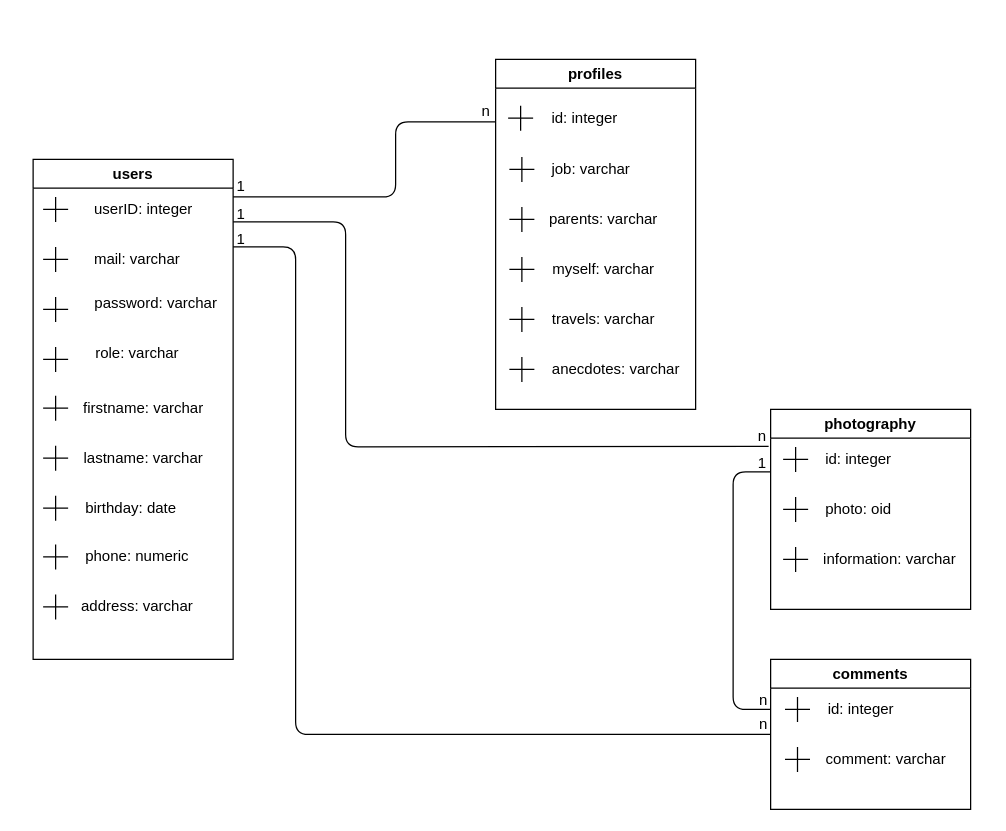
sandrine-proenca/Voyager_dans_le_temps keeps this draw.io diagram as test.drawio/tables.drawio. Above is the earlier version. Source tidied: cells renumbered, new cells numbered last; positions are measured from the earlier drawing's top-left corner, leaving out a move shared by most shapes. Both pictures are drawn from the tidied source at 125%, with x=0, y=0 at pixel (32, 59).
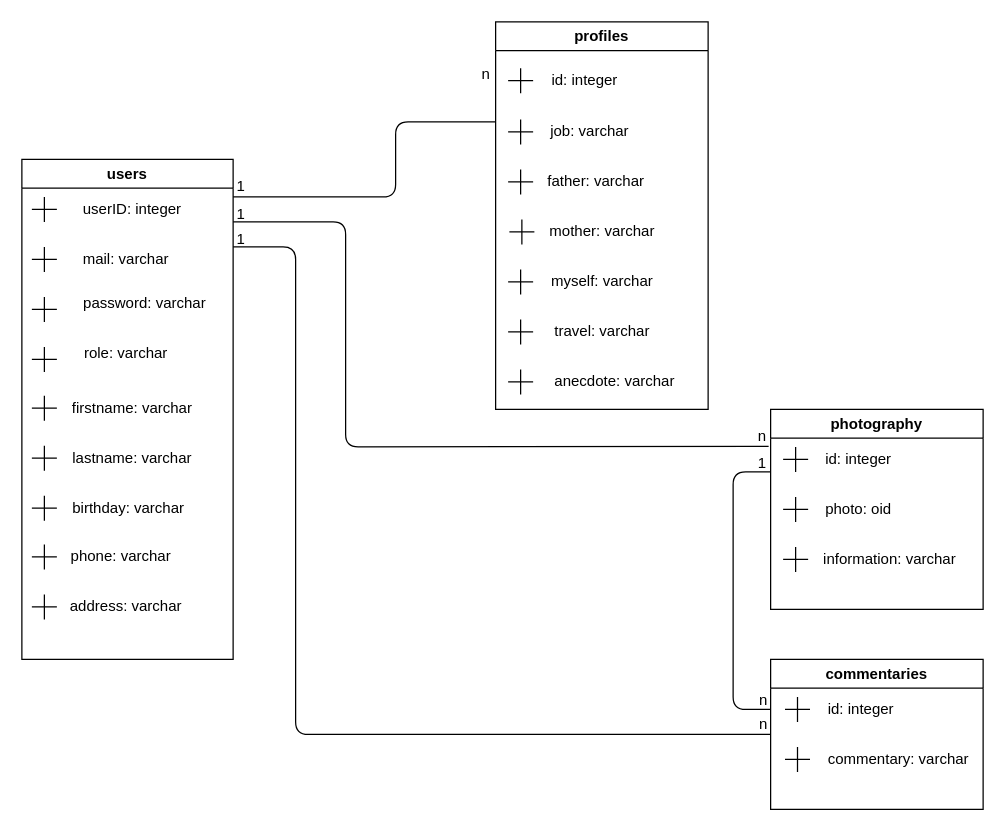
The same page after the edit.

Diff of the diagram source:
```diff
@@
     <mxCell id="2" value="users" style="swimlane;whiteSpace=wrap;html=1;" parent="1" vertex="1">
-      <mxGeometry y="80" width="160" height="400" as="geometry" />
+      <mxGeometry x="-9" y="80" width="169" height="400" as="geometry" />
     </mxCell>
@@
-    <mxCell id="16" value="birthday: date" style="text;html=1;align=center;verticalAlign=middle;strokeColor=none;fillColor=none;" parent="2" vertex="1">
-      <mxGeometry x="28" y="264" width="100" height="30" as="geometry" />
+    <mxCell id="16" value="birthday: varchar" style="text;html=1;align=center;verticalAlign=middle;strokeColor=none;fillColor=none;" parent="2" vertex="1">
+      <mxGeometry x="30" y="264" width="110" height="30" as="geometry" />
     </mxCell>
@@
-    <mxCell id="19" value="phone: numeric" style="text;html=1;align=center;verticalAlign=middle;strokeColor=none;fillColor=none;" parent="2" vertex="1">
-      <mxGeometry x="28" y="303" width="110" height="30" as="geometry" />
+    <mxCell id="19" value="phone: varchar" style="text;html=1;align=center;verticalAlign=middle;strokeColor=none;fillColor=none;" parent="2" vertex="1">
+      <mxGeometry x="29" y="303" width="100" height="30" as="geometry" />
     </mxCell>
@@
     <mxCell id="21" value="profiles" style="swimlane;whiteSpace=wrap;html=1;" parent="1" vertex="1">
-      <mxGeometry x="370" width="160" height="280" as="geometry" />
+      <mxGeometry x="370" y="-30" width="170" height="310" as="geometry" />
     </mxCell>
@@
     <mxCell id="24" style="shape=cross;whiteSpace=wrap;html=1;size=0;" parent="21" vertex="1">
-      <mxGeometry x="11" y="78" width="20" height="20" as="geometry" />
+      <mxGeometry x="10" y="78" width="20" height="20" as="geometry" />
     </mxCell>
     <mxCell id="25" style="shape=cross;whiteSpace=wrap;html=1;size=0;" parent="21" vertex="1">
-      <mxGeometry x="11" y="118" width="20" height="20" as="geometry" />
+      <mxGeometry x="10" y="118" width="20" height="20" as="geometry" />
     </mxCell>
-    <mxCell id="26" value="parents: varchar" style="text;html=1;align=center;verticalAlign=middle;strokeColor=none;fillColor=none;" parent="21" vertex="1">
-      <mxGeometry x="31" y="113" width="110" height="30" as="geometry" />
+    <mxCell id="26" value="father: varchar" style="text;html=1;align=center;verticalAlign=middle;strokeColor=none;fillColor=none;" parent="21" vertex="1">
+      <mxGeometry x="30" y="113" width="100" height="30" as="geometry" />
     </mxCell>
     <mxCell id="27" value="job: varchar" style="text;html=1;align=center;verticalAlign=middle;strokeColor=none;fillColor=none;" parent="21" vertex="1">
-      <mxGeometry x="31" y="73" width="90" height="30" as="geometry" />
+      <mxGeometry x="30" y="73" width="90" height="30" as="geometry" />
     </mxCell>
     <mxCell id="28" value="myself: varchar" style="text;html=1;align=center;verticalAlign=middle;strokeColor=none;fillColor=none;" parent="21" vertex="1">
-      <mxGeometry x="36" y="153" width="100" height="30" as="geometry" />
+      <mxGeometry x="35" y="193" width="100" height="30" as="geometry" />
     </mxCell>
     <mxCell id="29" style="shape=cross;whiteSpace=wrap;html=1;size=0;" parent="21" vertex="1">
-      <mxGeometry x="11" y="158" width="20" height="20" as="geometry" />
+      <mxGeometry x="10" y="198" width="20" height="20" as="geometry" />
     </mxCell>
-    <mxCell id="30" value="travels: varchar" style="text;html=1;align=center;verticalAlign=middle;strokeColor=none;fillColor=none;" parent="21" vertex="1">
-      <mxGeometry x="31" y="193" width="110" height="30" as="geometry" />
+    <mxCell id="30" value="travel: varchar" style="text;html=1;align=center;verticalAlign=middle;strokeColor=none;fillColor=none;" parent="21" vertex="1">
+      <mxGeometry x="35" y="233" width="100" height="30" as="geometry" />
     </mxCell>
     <mxCell id="31" style="shape=cross;whiteSpace=wrap;html=1;size=0;" parent="21" vertex="1">
-      <mxGeometry x="11" y="198" width="20" height="20" as="geometry" />
+      <mxGeometry x="10" y="238" width="20" height="20" as="geometry" />
     </mxCell>
-    <mxCell id="32" value="anecdotes: varchar" style="text;html=1;align=center;verticalAlign=middle;strokeColor=none;fillColor=none;" parent="21" vertex="1">
-      <mxGeometry x="31" y="233" width="130" height="30" as="geometry" />
+    <mxCell id="32" value="anecdote: varchar" style="text;html=1;align=center;verticalAlign=middle;strokeColor=none;fillColor=none;" parent="21" vertex="1">
+      <mxGeometry x="35" y="273" width="120" height="30" as="geometry" />
     </mxCell>
     <mxCell id="33" style="shape=cross;whiteSpace=wrap;html=1;size=0;" parent="21" vertex="1">
-      <mxGeometry x="11" y="238" width="20" height="20" as="geometry" />
+      <mxGeometry x="10" y="278" width="20" height="20" as="geometry" />
     </mxCell>
+    <mxCell id="58" style="shape=cross;whiteSpace=wrap;html=1;size=0;" parent="21" vertex="1">
+      <mxGeometry x="11" y="158" width="20" height="20" as="geometry" />
+    </mxCell>
+    <mxCell id="59" value="mother: varchar" style="text;html=1;align=center;verticalAlign=middle;strokeColor=none;fillColor=none;" parent="21" vertex="1">
+      <mxGeometry x="30" y="153" width="110" height="30" as="geometry" />
+    </mxCell>
@@
     <mxCell id="36" value="photography" style="swimlane;whiteSpace=wrap;html=1;" parent="1" vertex="1">
-      <mxGeometry x="590" y="280" width="160" height="160" as="geometry" />
+      <mxGeometry x="590" y="280" width="170" height="160" as="geometry" />
     </mxCell>
@@
-    <mxCell id="43" value="comments" style="swimlane;whiteSpace=wrap;html=1;" parent="1" vertex="1">
-      <mxGeometry x="590" y="480" width="160" height="120" as="geometry" />
+    <mxCell id="43" value="commentaries" style="swimlane;whiteSpace=wrap;html=1;" parent="1" vertex="1">
+      <mxGeometry x="590" y="480" width="170" height="120" as="geometry" />
     </mxCell>
@@
-    <mxCell id="47" value="comment: varchar" style="text;html=1;align=center;verticalAlign=middle;strokeColor=none;fillColor=none;" parent="43" vertex="1">
-      <mxGeometry x="31.5" y="65" width="120" height="30" as="geometry" />
+    <mxCell id="47" value="commentary: varchar" style="text;html=1;align=center;verticalAlign=middle;strokeColor=none;fillColor=none;" parent="43" vertex="1">
+      <mxGeometry x="31.5" y="65" width="140" height="30" as="geometry" />
     </mxCell>
@@
     <mxCell id="54" value="n" style="text;html=1;align=center;verticalAlign=middle;strokeColor=none;fillColor=none;" parent="1" vertex="1">
-      <mxGeometry x="347" y="27" width="30" height="30" as="geometry" />
+      <mxGeometry x="347" y="-3" width="30" height="30" as="geometry" />
     </mxCell>
```
